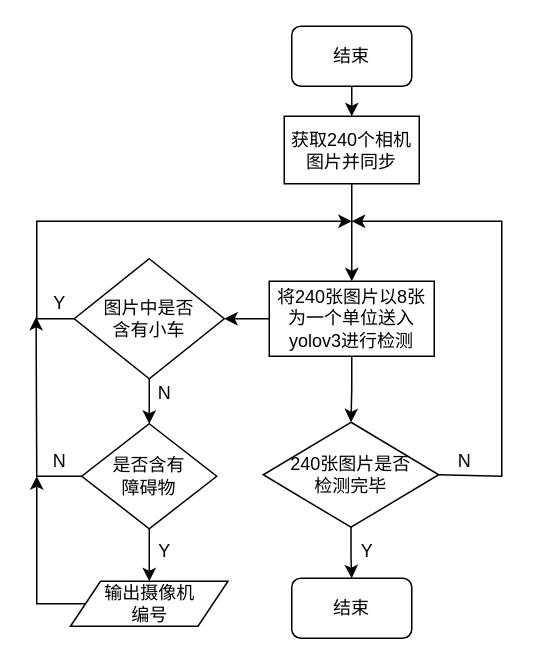
YongZh958/first_try keeps this draw.io diagram as 仿真-目标检测部分.drawio. Above is the earlier version. Source tidied: cells renumbered, new cells numbered last; positions are measured from the earlier drawing's top-left corner, leaving out a move shared by most shapes. Both pictures are drawn from the tidied source at 150%, with x=0, y=0 at pixel (36, 26).
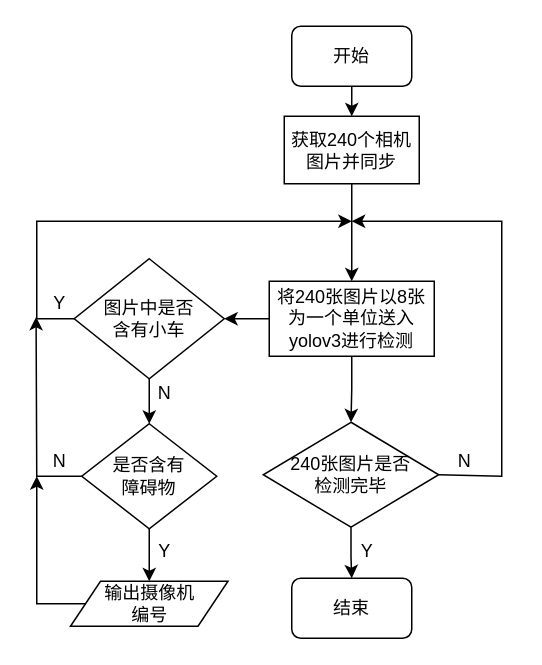
Above is the later version.

Commit message:
更新仿真-目标检测部分.drawio

What changed in the source:
```diff
@@
-    <mxCell id="21" value="结束" style="rounded=1;whiteSpace=wrap;html=1;" parent="1" vertex="1">
+    <mxCell id="21" value="开始" style="rounded=1;whiteSpace=wrap;html=1;" parent="1" vertex="1">
       <mxGeometry x="170" width="80" height="40" as="geometry" />
     </mxCell>
```
